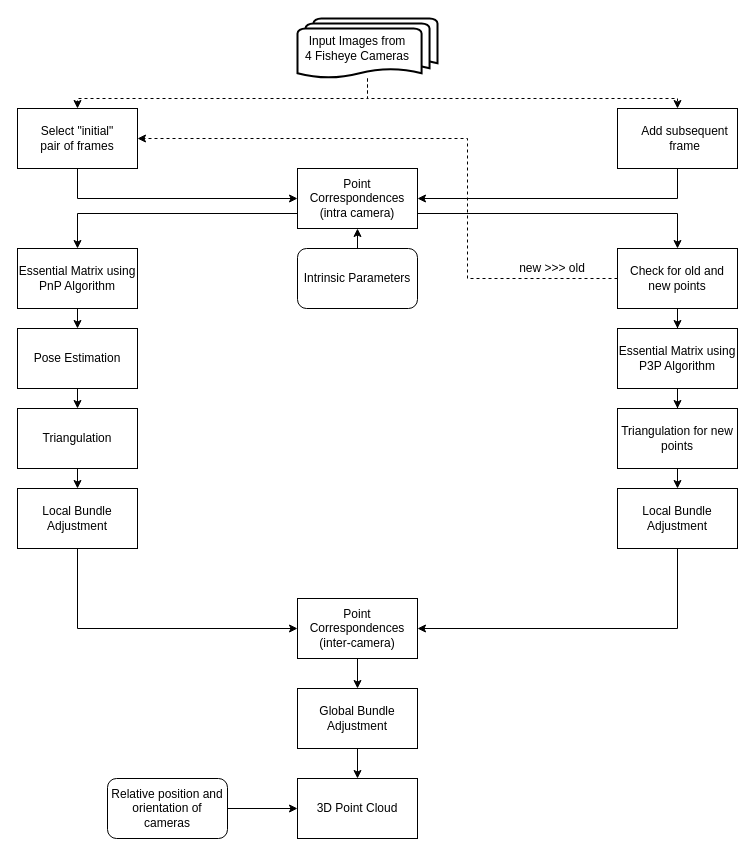
Before: SfM_Fisheye_2.drawio in srikanthsanthanam88/udacity, a draw.io diagram. Source tidied: cells renumbered, new cells numbered last; positions are measured from the earlier drawing's top-left corner, leaving out a move shared by most shapes. Both pictures are drawn from the tidied source at 100%, with x=0, y=0 at pixel (17, 18).
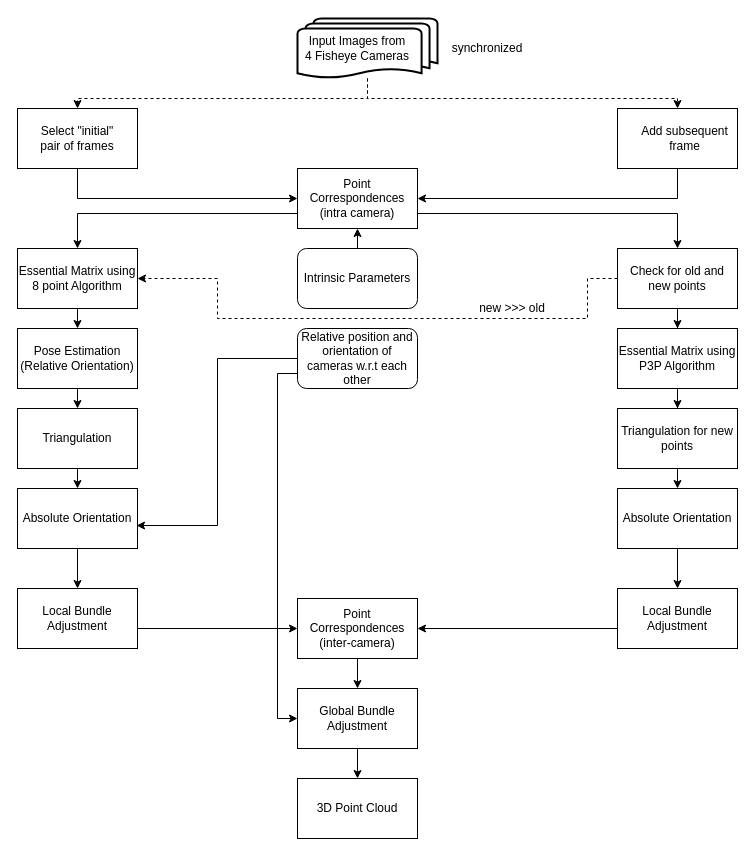
The same page after the edit.

The change refers to these unchanged cells:
```xml
<mxCell id="7" style="rounded=0;whiteSpace=wrap;html=1;" parent="1" vertex="1">
  <mxGeometry y="90" width="120" height="60" as="geometry" />
</mxCell>
<mxCell id="25" value="Check for old and new points" style="rounded=0;whiteSpace=wrap;html=1;" parent="1" vertex="1">
  <mxGeometry x="600" y="230" width="120" height="60" as="geometry" />
</mxCell>
<mxCell id="33" value="Point Correspondences&lt;br&gt;(inter-camera)" style="rounded=0;whiteSpace=wrap;html=1;" parent="1" vertex="1">
  <mxGeometry x="280" y="580" width="120" height="60" as="geometry" />
</mxCell>
<mxCell id="35" value="Global Bundle Adjustment" style="rounded=0;whiteSpace=wrap;html=1;" parent="1" vertex="1">
  <mxGeometry x="280" y="670" width="120" height="60" as="geometry" />
</mxCell>
<mxCell id="36" value="3D Point Cloud" style="rounded=0;whiteSpace=wrap;html=1;" parent="1" vertex="1">
  <mxGeometry x="280" y="760" width="120" height="60" as="geometry" />
</mxCell>
```

Diff of the diagram source:
```diff
@@
-    <mxCell id="16" value="Essential Matrix using PnP Algorithm" style="rounded=0;whiteSpace=wrap;html=1;" parent="1" vertex="1">
+    <mxCell id="16" value="Essential Matrix using 8 point Algorithm" style="rounded=0;whiteSpace=wrap;html=1;" parent="1" vertex="1">
       <mxGeometry y="230" width="120" height="60" as="geometry" />
     </mxCell>
@@
-    <mxCell id="18" value="Pose Estimation" style="rounded=0;whiteSpace=wrap;html=1;" parent="1" vertex="1">
+    <mxCell id="18" value="Pose Estimation&lt;br&gt;(Relative Orientation)" style="rounded=0;whiteSpace=wrap;html=1;" parent="1" vertex="1">
       <mxGeometry y="310" width="120" height="60" as="geometry" />
     </mxCell>
@@
-    <mxCell id="21" style="edgeStyle=orthogonalEdgeStyle;rounded=0;jettySize=auto;html=1;exitX=0.5;exitY=1;exitDx=0;exitDy=0;entryX=0;entryY=0.5;entryDx=0;entryDy=0;" parent="1" edge="1" source="22" target="33">
-      <mxGeometry relative="1" as="geometry" />
+    <mxCell id="21" style="edgeStyle=orthogonalEdgeStyle;rounded=0;jettySize=auto;html=1;exitX=1;exitY=0.5;exitDx=0;exitDy=0;entryX=0;entryY=0.5;entryDx=0;entryDy=0;" parent="1" edge="1" source="47" target="33">
+      <mxGeometry relative="1" as="geometry">
+        <Array as="points">
+          <mxPoint x="120" y="610" />
+        </Array>
+      </mxGeometry>
     </mxCell>
+    <mxCell id="42" style="edgeStyle=orthogonalEdgeStyle;rounded=0;jettySize=auto;html=1;entryX=0.5;entryY=0;entryDx=0;entryDy=0;" parent="1" edge="1" source="22" target="47">
+      <mxGeometry relative="1" as="geometry" />
+    </mxCell>
-    <mxCell id="22" value="Local Bundle Adjustment" style="rounded=0;whiteSpace=wrap;html=1;" parent="1" vertex="1">
+    <mxCell id="22" value="Absolute Orientation" style="rounded=0;whiteSpace=wrap;html=1;" parent="1" vertex="1">
       <mxGeometry y="470" width="120" height="60" as="geometry" />
     </mxCell>
@@
-    <mxCell id="24" style="edgeStyle=orthogonalEdgeStyle;rounded=0;jettySize=auto;html=1;entryX=1;entryY=0.5;entryDx=0;entryDy=0;dashed=1;" parent="1" edge="1" source="25" target="7">
+    <mxCell id="24" style="edgeStyle=orthogonalEdgeStyle;rounded=0;jettySize=auto;html=1;entryX=1;entryY=0.5;entryDx=0;entryDy=0;dashed=1;" parent="1" edge="1" source="25" target="16">
       <mxGeometry relative="1" as="geometry">
         <Array as="points">
-          <mxPoint x="450" y="260" />
-          <mxPoint x="450" y="120" />
+          <mxPoint x="570" y="260" />
+          <mxPoint x="570" y="300" />
+          <mxPoint x="200" y="300" />
+          <mxPoint x="200" y="260" />
         </Array>
       </mxGeometry>
     </mxCell>
@@
-    <mxCell id="30" style="edgeStyle=orthogonalEdgeStyle;rounded=0;jettySize=auto;html=1;exitX=0.5;exitY=1;exitDx=0;exitDy=0;entryX=1;entryY=0.5;entryDx=0;entryDy=0;" parent="1" edge="1" source="31" target="33">
+    <mxCell id="30" style="edgeStyle=orthogonalEdgeStyle;rounded=0;jettySize=auto;html=1;exitX=0;exitY=0.667;exitDx=0;exitDy=0;entryX=1;entryY=0.5;entryDx=0;entryDy=0;exitPerimeter=0;" parent="1" edge="1" source="48" target="33">
       <mxGeometry relative="1" as="geometry" />
     </mxCell>
+    <mxCell id="43" style="edgeStyle=orthogonalEdgeStyle;rounded=0;jettySize=auto;html=1;exitX=0.5;exitY=1;exitDx=0;exitDy=0;entryX=0.5;entryY=0;entryDx=0;entryDy=0;" parent="1" edge="1" source="31" target="48">
+      <mxGeometry relative="1" as="geometry" />
+    </mxCell>
-    <mxCell id="31" value="Local Bundle Adjustment" style="rounded=0;whiteSpace=wrap;html=1;" parent="1" vertex="1">
+    <mxCell id="31" value="Absolute Orientation" style="rounded=0;whiteSpace=wrap;html=1;" parent="1" vertex="1">
       <mxGeometry x="600" y="470" width="120" height="60" as="geometry" />
     </mxCell>
@@
-    <mxCell id="39" style="edgeStyle=orthogonalEdgeStyle;rounded=0;jettySize=auto;html=1;" parent="1" edge="1" source="40" target="36">
-      <mxGeometry relative="1" as="geometry" />
-    </mxCell>
-    <mxCell id="40" value="Relative position and orientation of cameras" style="rounded=1;whiteSpace=wrap;html=1;" parent="1" vertex="1">
-      <mxGeometry x="90" y="760" width="120" height="60" as="geometry" />
-    </mxCell>
     <mxCell id="41" value="new &amp;gt;&amp;gt;&amp;gt; old" style="text;html=1;strokeColor=none;fillColor=none;align=center;verticalAlign=middle;whiteSpace=wrap;rounded=0;dashed=1;" parent="1" vertex="1">
-      <mxGeometry x="500" y="240" width="70" height="20" as="geometry" />
+      <mxGeometry x="460" y="280" width="70" height="20" as="geometry" />
     </mxCell>
+    <mxCell id="44" style="edgeStyle=orthogonalEdgeStyle;rounded=0;jettySize=auto;html=1;entryX=0.992;entryY=0.617;entryDx=0;entryDy=0;entryPerimeter=0;" parent="1" edge="1" source="46" target="22">
+      <mxGeometry relative="1" as="geometry" />
+    </mxCell>
+    <mxCell id="45" style="edgeStyle=orthogonalEdgeStyle;rounded=0;jettySize=auto;html=1;exitX=0;exitY=0.75;exitDx=0;exitDy=0;entryX=0;entryY=0.5;entryDx=0;entryDy=0;" parent="1" edge="1" source="46" target="35">
+      <mxGeometry relative="1" as="geometry" />
+    </mxCell>
+    <mxCell id="46" value="Relative position and orientation of cameras w.r.t each other" style="rounded=1;whiteSpace=wrap;html=1;" parent="1" vertex="1">
+      <mxGeometry x="280" y="310" width="120" height="60" as="geometry" />
+    </mxCell>
+    <mxCell id="47" value="Local Bundle Adjustment" style="rounded=0;whiteSpace=wrap;html=1;" parent="1" vertex="1">
+      <mxGeometry y="570" width="120" height="60" as="geometry" />
+    </mxCell>
+    <mxCell id="48" value="Local Bundle Adjustment" style="rounded=0;whiteSpace=wrap;html=1;" parent="1" vertex="1">
+      <mxGeometry x="600" y="570" width="120" height="60" as="geometry" />
+    </mxCell>
+    <mxCell id="49" value="synchronized" style="text;html=1;strokeColor=none;fillColor=none;align=center;verticalAlign=middle;whiteSpace=wrap;rounded=0;" parent="1" vertex="1">
+      <mxGeometry x="450" y="20" width="40" height="20" as="geometry" />
+    </mxCell>
```
